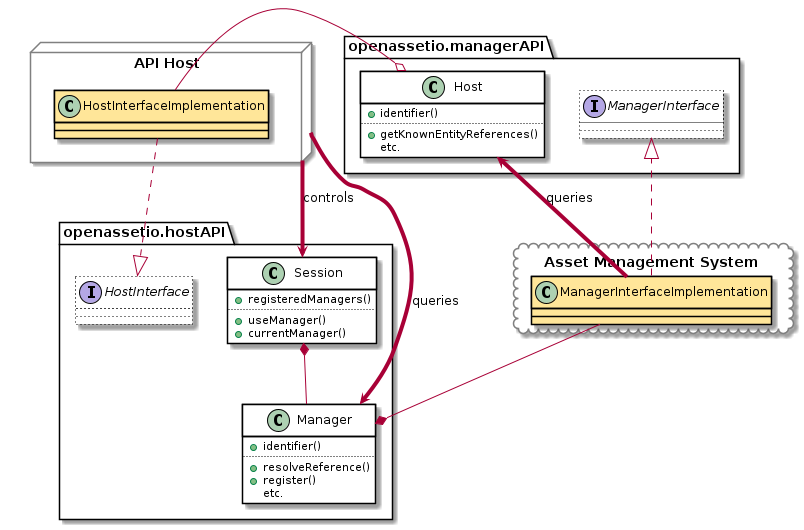
Earlier version of the PlantUML export docs/inline_umlgraph_4.png (OpenAssetIO/OpenAssetIO).
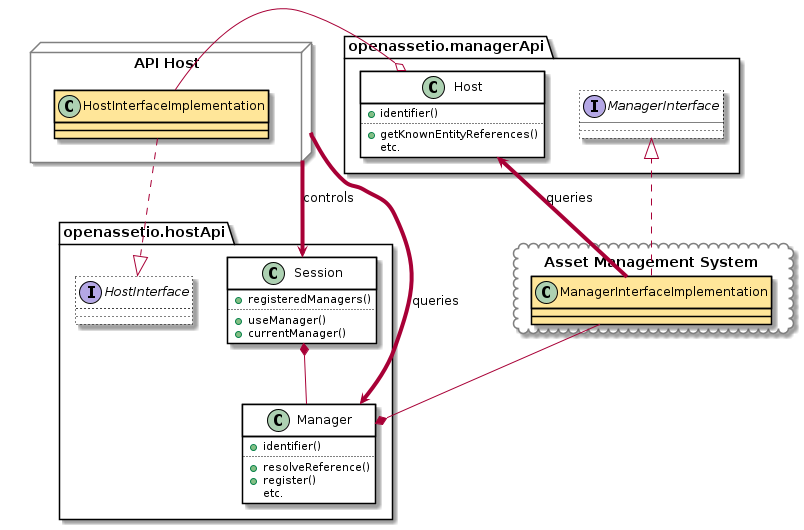
After the commit.

What changed in the source:
```diff
@@ -1,5 +1,5 @@
 @startuml
-package openassetio.managerAPI {
+package openassetio.managerApi {
     class Host #white ##black {
         +identifier()
         ..
@@ -9,7 +9,7 @@
     interface ManagerInterface #white;line.dotted ##black
 }
 
-package openassetio.hostAPI {
+package openassetio.hostApi {
     interface HostInterface #white;line.dotted ##black
     class Session #white ##black {
         +registeredManagers()
```
